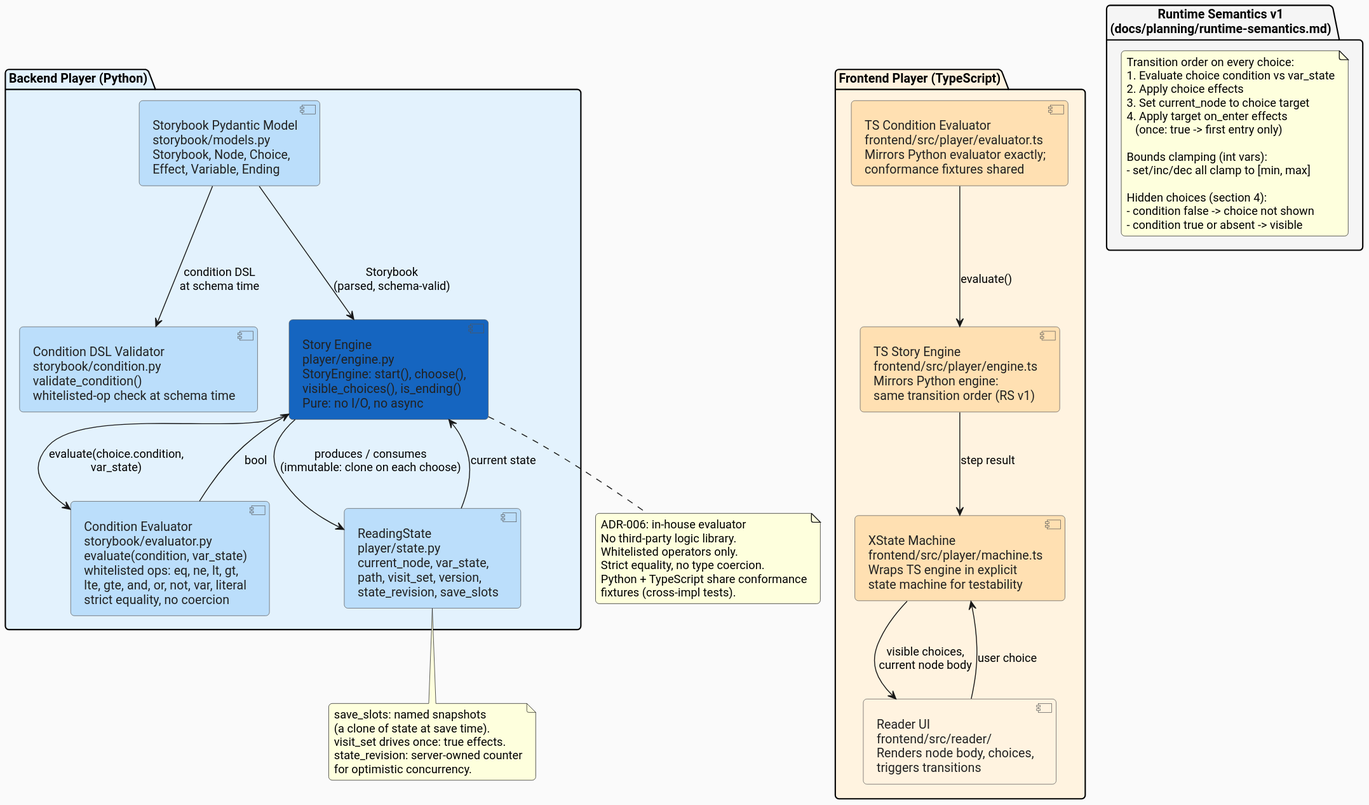
The PlantUML diagram docs/architecture/diagrams/component-player.svg in ByronWilliamsCPA/cyo-adventure, before a commit.
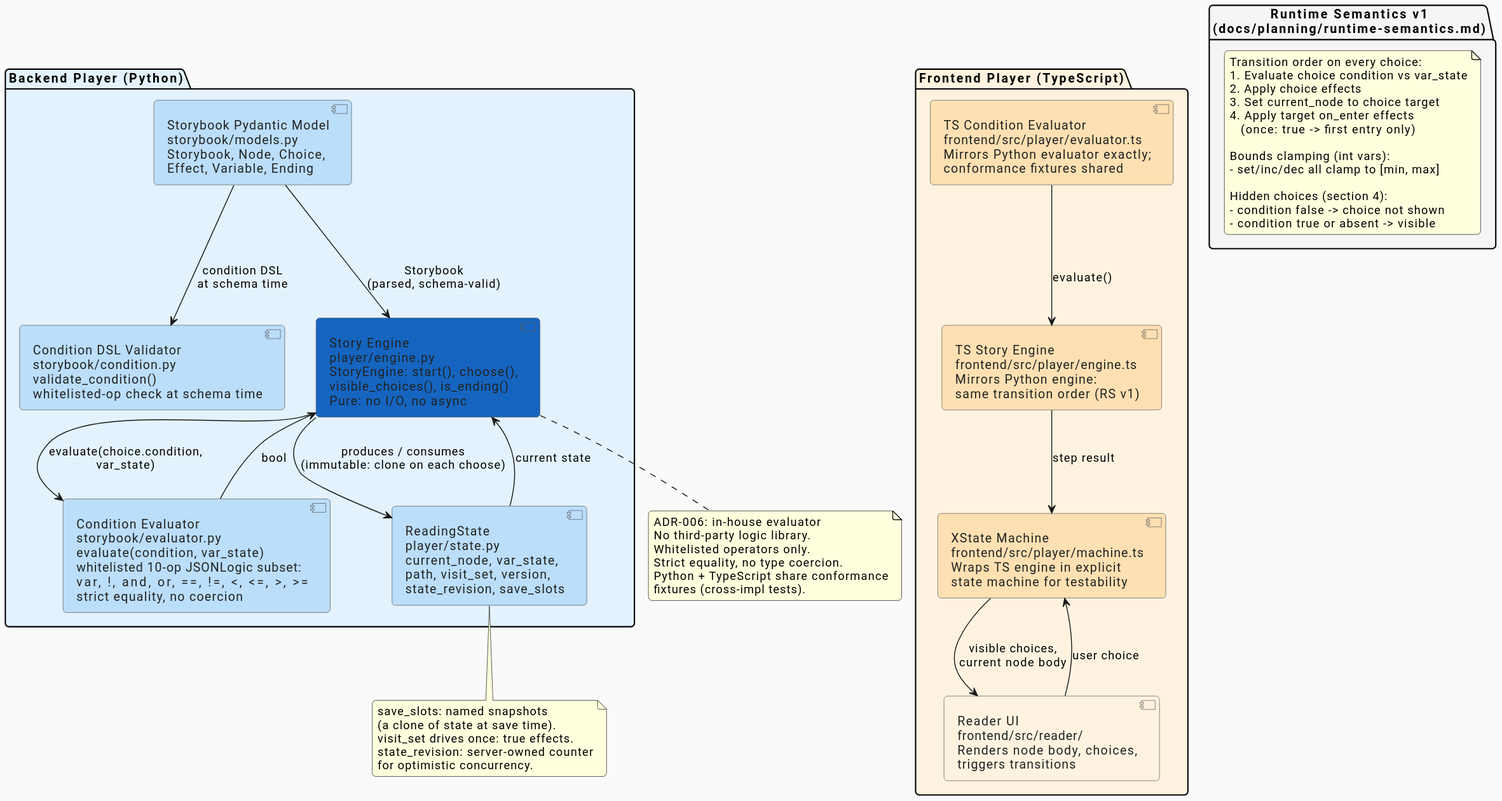
After the change.

Diff of the diagram source:
```diff
@@ -16,7 +16,7 @@
 
   component "Condition DSL Validator\nstorybook/condition.py\nvalidate_condition()\nwhitelisted-op check at schema time" as cond_validator #BBDEFB
 
-  component "Condition Evaluator\nstorybook/evaluator.py\nevaluate(condition, var_state)\nwhitelisted ops: eq, ne, lt, gt,\nlte, gte, and, or, not, var, literal\nstrict equality, no coercion" as evaluator #BBDEFB
+  component "Condition Evaluator\nstorybook/evaluator.py\nevaluate(condition, var_state)\nwhitelisted 10-op JSONLogic subset:\nvar, !, and, or, ==, !=, <, <=, >, >=\nstrict equality, no coercion" as evaluator #BBDEFB
 
   component "Story Engine\nplayer/engine.py\nStoryEngine: start(), choose(),\nvisible_choices(), is_ending()\nPure: no I/O, no async" as engine #1565C0
 
```
